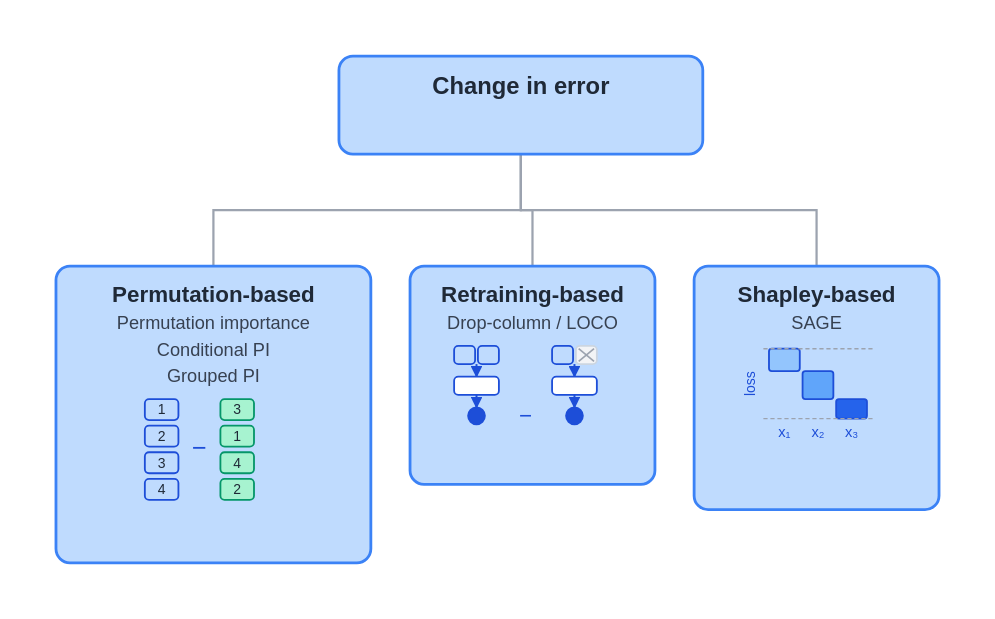
DMLF1/blog keeps this draw.io diagram as posts/explaining-black-box-predictions/diagrams/taxonomy_removal_error.drawio.svg. Above is the earlier version. Source tidied: cells renumbered, new cells last; positions are measured from the earlier drawing's top-left corner, leaving out a move shared by most shapes.
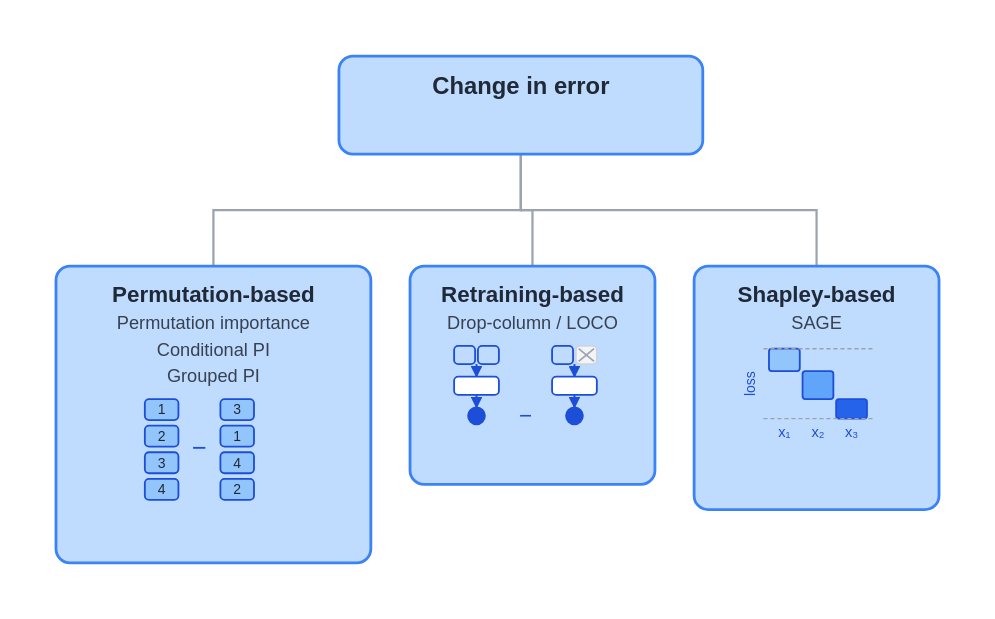
After the commit.

The edit, as a diff of the source:
```diff
@@ -8,28 +8,28 @@
     <mxCell id="3" value="&lt;span style=&quot;font-size:16px;color:#1F2937;font-weight:bold;&quot;&gt;Permutation-based&lt;/span&gt;&lt;br&gt;&lt;span style=&quot;font-size:13px;color:#374151;&quot;&gt;Permutation importance&lt;/span&gt;&lt;br&gt;&lt;span style=&quot;font-size:13px;color:#374151;&quot;&gt;Conditional PI&lt;/span&gt;&lt;br&gt;&lt;span style=&quot;font-size:13px;color:#374151;&quot;&gt;Grouped PI&lt;/span&gt;" style="rounded=1;whiteSpace=wrap;html=1;fillColor=#BFDBFE;strokeColor=#3B82F6;strokeWidth=2;" parent="1" vertex="1">
       <mxGeometry y="150" width="225" height="212" as="geometry" />
     </mxCell>
-    <mxCell id="4" value="1" style="rounded=1;whiteSpace=wrap;html=1;fillColor=#BFDBFE;strokeColor=#1D4ED8;align=center;verticalAlign=middle;fontSize=10;" parent="1" vertex="1">
+    <mxCell id="4" value="1" style="rounded=1;whiteSpace=wrap;html=1;fillColor=#93C5FD;strokeColor=#1D4ED8;align=center;verticalAlign=middle;fontSize=10;" parent="1" vertex="1">
       <mxGeometry x="64" y="245" width="24" height="15" as="geometry" />
     </mxCell>
-    <mxCell id="5" value="3" style="rounded=1;whiteSpace=wrap;html=1;fillColor=#A7F3D0;strokeColor=#059669;align=center;verticalAlign=middle;fontSize=10;" parent="1" vertex="1">
+    <mxCell id="5" value="3" style="rounded=1;whiteSpace=wrap;html=1;fillColor=#93C5FD;strokeColor=#1D4ED8;align=center;verticalAlign=middle;fontSize=10;" parent="1" vertex="1">
       <mxGeometry x="118" y="245" width="24" height="15" as="geometry" />
     </mxCell>
-    <mxCell id="6" value="2" style="rounded=1;whiteSpace=wrap;html=1;fillColor=#BFDBFE;strokeColor=#1D4ED8;align=center;verticalAlign=middle;fontSize=10;" parent="1" vertex="1">
+    <mxCell id="6" value="2" style="rounded=1;whiteSpace=wrap;html=1;fillColor=#93C5FD;strokeColor=#1D4ED8;align=center;verticalAlign=middle;fontSize=10;" parent="1" vertex="1">
       <mxGeometry x="64" y="264" width="24" height="15" as="geometry" />
     </mxCell>
-    <mxCell id="7" value="1" style="rounded=1;whiteSpace=wrap;html=1;fillColor=#A7F3D0;strokeColor=#059669;align=center;verticalAlign=middle;fontSize=10;" parent="1" vertex="1">
+    <mxCell id="7" value="1" style="rounded=1;whiteSpace=wrap;html=1;fillColor=#93C5FD;strokeColor=#1D4ED8;align=center;verticalAlign=middle;fontSize=10;" parent="1" vertex="1">
       <mxGeometry x="118" y="264" width="24" height="15" as="geometry" />
     </mxCell>
-    <mxCell id="8" value="3" style="rounded=1;whiteSpace=wrap;html=1;fillColor=#BFDBFE;strokeColor=#1D4ED8;align=center;verticalAlign=middle;fontSize=10;" parent="1" vertex="1">
+    <mxCell id="8" value="3" style="rounded=1;whiteSpace=wrap;html=1;fillColor=#93C5FD;strokeColor=#1D4ED8;align=center;verticalAlign=middle;fontSize=10;" parent="1" vertex="1">
       <mxGeometry x="64" y="283" width="24" height="15" as="geometry" />
     </mxCell>
-    <mxCell id="9" value="4" style="rounded=1;whiteSpace=wrap;html=1;fillColor=#A7F3D0;strokeColor=#059669;align=center;verticalAlign=middle;fontSize=10;" parent="1" vertex="1">
+    <mxCell id="9" value="4" style="rounded=1;whiteSpace=wrap;html=1;fillColor=#93C5FD;strokeColor=#1D4ED8;align=center;verticalAlign=middle;fontSize=10;" parent="1" vertex="1">
       <mxGeometry x="118" y="283" width="24" height="15" as="geometry" />
     </mxCell>
-    <mxCell id="10" value="4" style="rounded=1;whiteSpace=wrap;html=1;fillColor=#BFDBFE;strokeColor=#1D4ED8;align=center;verticalAlign=middle;fontSize=10;" parent="1" vertex="1">
+    <mxCell id="10" value="4" style="rounded=1;whiteSpace=wrap;html=1;fillColor=#93C5FD;strokeColor=#1D4ED8;align=center;verticalAlign=middle;fontSize=10;" parent="1" vertex="1">
       <mxGeometry x="64" y="302" width="24" height="15" as="geometry" />
     </mxCell>
-    <mxCell id="11" value="2" style="rounded=1;whiteSpace=wrap;html=1;fillColor=#A7F3D0;strokeColor=#059669;align=center;verticalAlign=middle;fontSize=10;" parent="1" vertex="1">
+    <mxCell id="11" value="2" style="rounded=1;whiteSpace=wrap;html=1;fillColor=#93C5FD;strokeColor=#1D4ED8;align=center;verticalAlign=middle;fontSize=10;" parent="1" vertex="1">
       <mxGeometry x="118" y="302" width="24" height="15" as="geometry" />
     </mxCell>
     <mxCell id="12" value="−" style="text;html=1;align=center;verticalAlign=middle;fontSize=18;fontColor=#1D4ED8;" parent="1" vertex="1">
```
